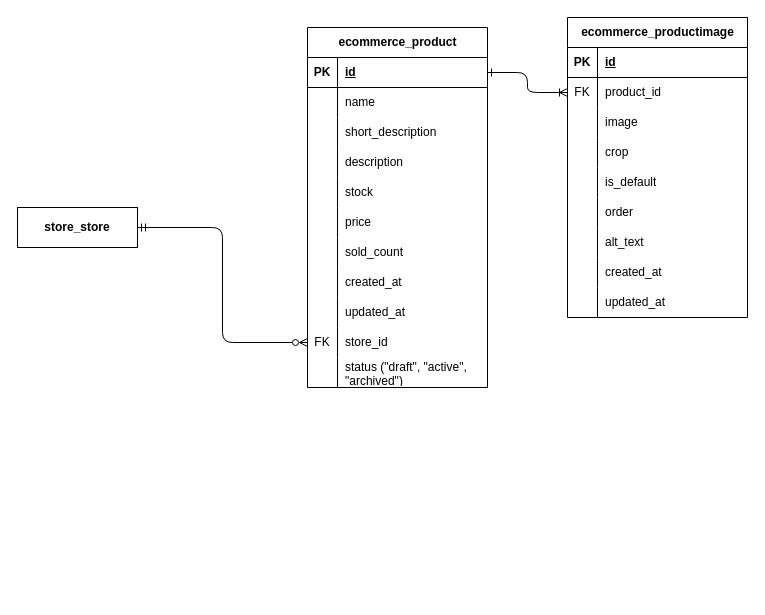
Before: page "Ecommerce" (6 of 7) of diagrams/e-commerce-entity-relationship-diagram.drawio in RHILIUS/E-Commerce-Docs, a draw.io diagram. Source tidied: cells renumbered, new cells numbered last; positions are measured from the earlier drawing's top-left corner, leaving out a move shared by most shapes. Both pictures are drawn from the tidied source at 100%, with x=0, y=0 at pixel (17, 17).
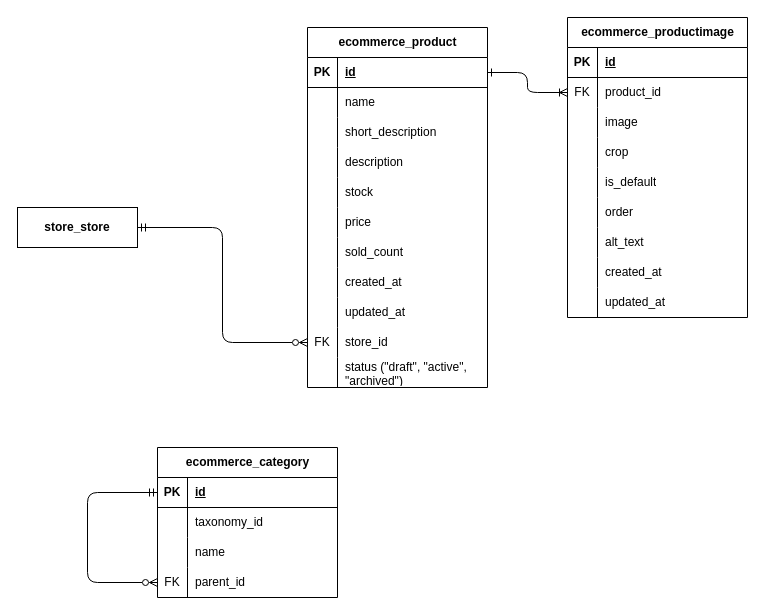
The same diagram, later.

Commit message (it also covers changes not shown here):
feat: add category table

What changed in the source:
```diff
@@
+    <mxCell id="67" value="ecommerce_category" style="shape=table;startSize=30;childLayout=tableLayout;rowLines=0;fontStyle=1;align=center;html=1;" parent="1" vertex="1">
+      <mxGeometry x="140" y="430" width="180" height="150" as="geometry" />
+    </mxCell>
+    <mxCell id="68" style="shape=tableRow;horizontal=0;startSize=0;swimlaneHead=0;swimlaneBody=0;fillColor=none;points=[[0,0.5],[1,0.5]];portConstraint=eastwest;top=0;left=0;right=0;bottom=1;" parent="67" vertex="1">
+      <mxGeometry y="30" width="180" height="30" as="geometry" />
+    </mxCell>
+    <mxCell id="69" value="PK" style="shape=partialRectangle;fillColor=none;top=0;left=0;bottom=0;right=0;fontStyle=1;overflow=hidden;whiteSpace=wrap;html=1;" parent="68" vertex="1">
+      <mxGeometry width="30" height="30" as="geometry" />
+    </mxCell>
+    <mxCell id="70" value="id" style="shape=partialRectangle;fillColor=none;top=0;left=0;bottom=0;right=0;align=left;spacingLeft=6;fontStyle=5;overflow=hidden;whiteSpace=wrap;html=1;" parent="68" vertex="1">
+      <mxGeometry x="30" width="150" height="30" as="geometry" />
+    </mxCell>
+    <mxCell id="71" style="shape=tableRow;horizontal=0;startSize=0;swimlaneHead=0;swimlaneBody=0;fillColor=none;top=0;left=0;right=0;bottom=0;" parent="67" vertex="1">
+      <mxGeometry y="60" width="180" height="30" as="geometry" />
+    </mxCell>
+    <mxCell id="72" style="shape=partialRectangle;fillColor=none;top=0;left=0;bottom=0;right=0;overflow=hidden;whiteSpace=wrap;html=1;" parent="71" vertex="1">
+      <mxGeometry width="30" height="30" as="geometry" />
+    </mxCell>
+    <mxCell id="73" value="taxonomy_id" style="shape=partialRectangle;fillColor=none;top=0;left=0;bottom=0;right=0;align=left;spacingLeft=6;overflow=hidden;whiteSpace=wrap;html=1;" parent="71" vertex="1">
+      <mxGeometry x="30" width="150" height="30" as="geometry" />
+    </mxCell>
+    <mxCell id="74" style="shape=tableRow;horizontal=0;startSize=0;swimlaneHead=0;swimlaneBody=0;fillColor=none;top=0;left=0;right=0;bottom=0;" parent="67" vertex="1">
+      <mxGeometry y="90" width="180" height="30" as="geometry" />
+    </mxCell>
+    <mxCell id="75" style="shape=partialRectangle;fillColor=none;top=0;left=0;bottom=0;right=0;overflow=hidden;whiteSpace=wrap;html=1;" parent="74" vertex="1">
+      <mxGeometry width="30" height="30" as="geometry" />
+    </mxCell>
+    <mxCell id="76" value="name" style="shape=partialRectangle;fillColor=none;top=0;left=0;bottom=0;right=0;align=left;spacingLeft=6;overflow=hidden;whiteSpace=wrap;html=1;" parent="74" vertex="1">
+      <mxGeometry x="30" width="150" height="30" as="geometry" />
+    </mxCell>
+    <mxCell id="77" style="shape=tableRow;horizontal=0;startSize=0;swimlaneHead=0;swimlaneBody=0;fillColor=none;points=[[0,0.5],[1,0.5]];portConstraint=eastwest;top=0;left=0;right=0;bottom=0;" parent="67" vertex="1">
+      <mxGeometry y="120" width="180" height="30" as="geometry" />
+    </mxCell>
+    <mxCell id="78" value="FK" style="shape=partialRectangle;fillColor=none;top=0;left=0;bottom=0;right=0;overflow=hidden;whiteSpace=wrap;html=1;" parent="77" vertex="1">
+      <mxGeometry width="30" height="30" as="geometry" />
+    </mxCell>
+    <mxCell id="79" value="parent_id" style="shape=partialRectangle;fillColor=none;top=0;left=0;bottom=0;right=0;align=left;spacingLeft=6;overflow=hidden;whiteSpace=wrap;html=1;" parent="77" vertex="1">
+      <mxGeometry x="30" width="150" height="30" as="geometry" />
+    </mxCell>
+    <mxCell id="80" style="edgeStyle=orthogonalEdgeStyle;html=1;entryX=0;entryY=0.5;entryDx=0;entryDy=0;exitX=0;exitY=0.5;exitDx=0;exitDy=0;endArrow=ERzeroToMany;endFill=0;startArrow=ERmandOne;startFill=0;" parent="67" edge="1" source="68" target="77">
+      <mxGeometry relative="1" as="geometry">
+        <Array as="points">
+          <mxPoint x="-70" y="45" />
+          <mxPoint x="-70" y="135" />
+        </Array>
+      </mxGeometry>
+    </mxCell>
```
